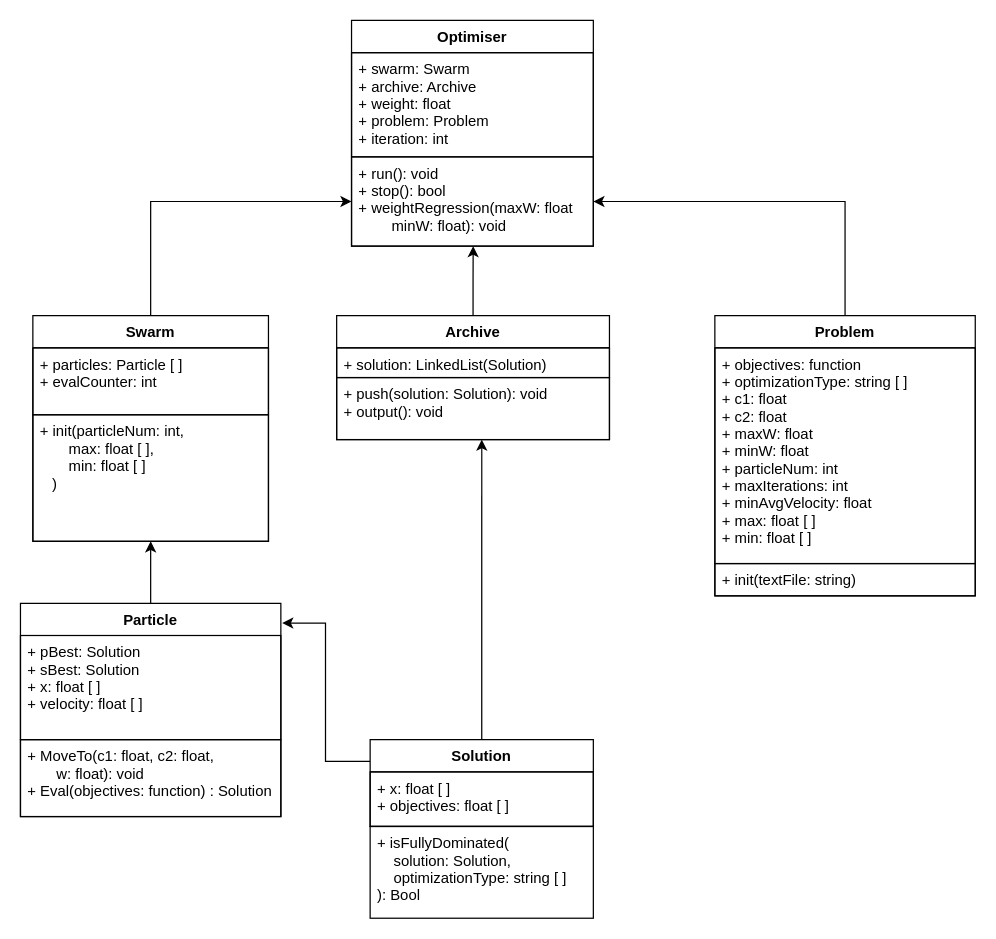
Before: doc/classes.drawio in ryant4333/WIL_KJO, a draw.io diagram. Source tidied: cells renumbered, new cells numbered last; positions are measured from the earlier drawing's top-left corner, leaving out a move shared by most shapes. Both pictures are drawn from the tidied source at 124%, with x=0, y=0 at pixel (20, 20).
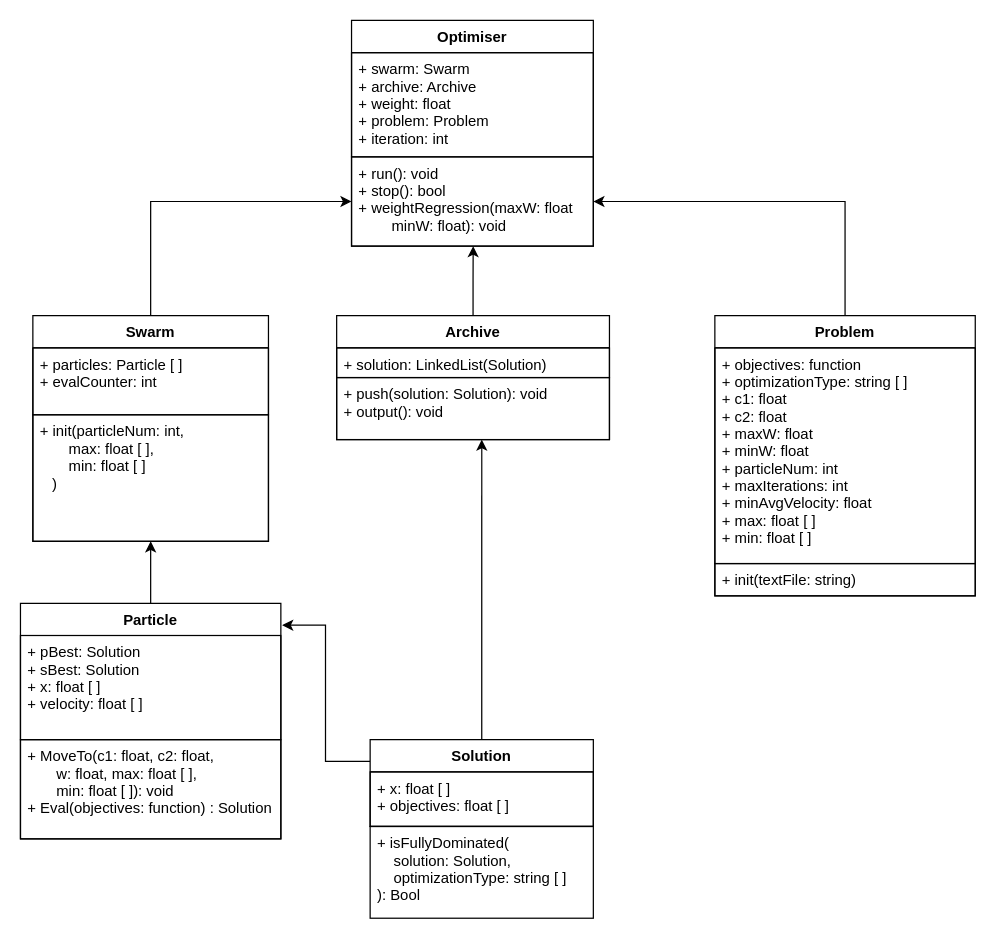
After the change.

Commit message (it also covers changes not shown here):
changed particle class diagram

The edit, as a diff of the source:
```diff
@@
     <mxCell id="21" value="Particle" style="swimlane;fontStyle=1;align=center;verticalAlign=top;horizontal=1;startSize=26;strokeColor=#000000;" parent="1" vertex="1">
-      <mxGeometry y="470" width="210" height="172" as="geometry" />
+      <mxGeometry y="470" width="210" height="190" as="geometry" />
     </mxCell>
@@
-    <mxCell id="23" value="+ MoveTo(c1: float, c2: float, &#10;       w: float): void&#10;+ Eval(objectives: function) : Solution" style="text;fillColor=none;align=left;verticalAlign=top;spacingLeft=4;spacingRight=4;overflow=hidden;fontColor=#000000;strokeColor=#000000;" parent="21" vertex="1">
-      <mxGeometry y="110" width="210" height="62" as="geometry" />
+    <mxCell id="23" value="+ MoveTo(c1: float, c2: float, &#10;       w: float, max: float [ ], &#10;       min: float [ ]): void&#10;+ Eval(objectives: function) : Solution" style="text;fillColor=none;align=left;verticalAlign=top;spacingLeft=4;spacingRight=4;overflow=hidden;fontColor=#000000;strokeColor=#000000;" parent="21" vertex="1">
+      <mxGeometry y="110" width="210" height="80" as="geometry" />
     </mxCell>
```
